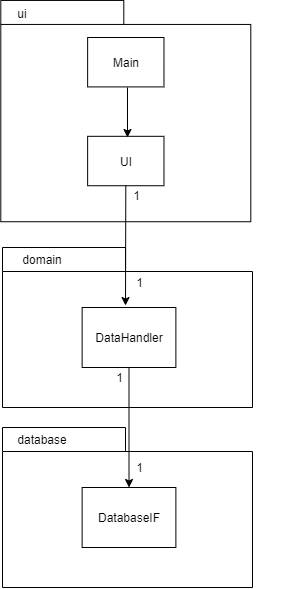
EgoTastic/LeagueCounterPicker keeps this draw.io diagram as Dokumentaatio/Kuvat/kuva3.png. Above is the earlier version. Source tidied: cells renumbered, new cells last; positions are measured from the earlier drawing's top-left corner, leaving out a move shared by most shapes. Source of this version:
```xml
<mxGraphModel background="#ffffff">
  <root>
    <mxCell id="0" />
    <mxCell id="1" parent="0" />
    <mxCell id="2" style="group;" parent="1" vertex="1">
      <mxGeometry x="32" y="37" width="250" height="210" as="geometry" />
    </mxCell>
    <mxCell id="3" style="shape=folder;fontStyle=1;spacingTop=10;tabWidth=123;tabHeight=24;tabPosition=left;html=1;rounded=0;shadow=0;comic=0;labelBackgroundColor=none;strokeWidth=1;fontFamily=Verdana;fontSize=10;align=center;" parent="2" vertex="1">
      <mxGeometry x="-31.7" y="-37.1" width="250" height="221.3" as="geometry" />
    </mxCell>
    <mxCell id="4" style="rounded=0;whiteSpace=wrap;html=1;" parent="2" vertex="1">
      <mxGeometry x="55.1" width="76.3" height="49.4" as="geometry" />
    </mxCell>
    <mxCell id="5" style="rounded=0;whiteSpace=wrap;html=1;" parent="2" vertex="1">
      <mxGeometry x="55.1" y="98.8" width="76.3" height="49.4" as="geometry" />
    </mxCell>
    <mxCell id="6" value="Main" style="text;html=1;strokeColor=none;fillColor=none;align=center;verticalAlign=middle;whiteSpace=wrap;rounded=0;" parent="2" vertex="1">
      <mxGeometry x="75.9" y="15" width="35.7" height="20" as="geometry" />
    </mxCell>
    <mxCell id="7" value="UI" style="text;html=1;strokeColor=none;fillColor=none;align=center;verticalAlign=middle;whiteSpace=wrap;rounded=0;" parent="2" vertex="1">
      <mxGeometry x="75.9" y="114" width="35.7" height="20" as="geometry" />
    </mxCell>
    <mxCell id="8" value="1" style="text;html=1;strokeColor=none;fillColor=none;align=center;verticalAlign=middle;whiteSpace=wrap;rounded=0;" parent="2" vertex="1">
      <mxGeometry x="96.6" y="148.2" width="15" height="20" as="geometry" />
    </mxCell>
    <mxCell id="9" style="group;" parent="1" vertex="1">
      <mxGeometry x="2" y="247" width="250" height="160" as="geometry" />
    </mxCell>
    <mxCell id="10" style="shape=folder;fontStyle=1;spacingTop=10;tabWidth=123;tabHeight=24;tabPosition=left;html=1;rounded=0;shadow=0;comic=0;labelBackgroundColor=none;strokeWidth=1;fontFamily=Verdana;fontSize=10;align=center;" parent="9" vertex="1">
      <mxGeometry width="250" height="160" as="geometry" />
    </mxCell>
    <mxCell id="11" value="domain" style="text;html=1;strokeColor=none;fillColor=none;align=center;verticalAlign=middle;whiteSpace=wrap;rounded=0;" parent="9" vertex="1">
      <mxGeometry x="21.9" width="35.7" height="24.6" as="geometry" />
    </mxCell>
    <mxCell id="12" value="DataHandler" style="rounded=0;whiteSpace=wrap;html=1;" parent="9" vertex="1">
      <mxGeometry x="79.6" y="60" width="93.8" height="60" as="geometry" />
    </mxCell>
    <mxCell id="13" value="1" style="text;html=1;strokeColor=none;fillColor=none;align=center;verticalAlign=middle;whiteSpace=wrap;rounded=0;" parent="9" vertex="1">
      <mxGeometry x="130" y="24.6" width="15" height="20" as="geometry" />
    </mxCell>
    <mxCell id="14" value="1" style="text;html=1;strokeColor=none;fillColor=none;align=center;verticalAlign=middle;whiteSpace=wrap;rounded=0;" parent="9" vertex="1">
      <mxGeometry x="110" y="120" width="15" height="20" as="geometry" />
    </mxCell>
    <mxCell id="15" value="ui" style="text;html=1;strokeColor=none;fillColor=none;align=center;verticalAlign=middle;whiteSpace=wrap;rounded=0;" parent="1" vertex="1">
      <mxGeometry x="2" y="-0.1" width="40" height="26.6" as="geometry" />
    </mxCell>
    <mxCell id="16" style="endArrow=classic;html=1;" parent="1" edge="1">
      <mxGeometry relative="1" as="geometry">
        <mxPoint x="127" y="87" as="sourcePoint" />
        <mxPoint x="127" y="137" as="targetPoint" />
      </mxGeometry>
    </mxCell>
    <mxCell id="17" style="endArrow=classic;html=1;exitX=0.5;exitY=1;exitDx=0;exitDy=0;" parent="1" edge="1" source="5">
      <mxGeometry relative="1" as="geometry">
        <mxPoint x="125" y="305" as="targetPoint" />
      </mxGeometry>
    </mxCell>
    <mxCell id="18" style="group;" parent="1" vertex="1">
      <mxGeometry x="2" y="427" width="250" height="160" as="geometry" />
    </mxCell>
    <mxCell id="19" style="shape=folder;fontStyle=1;spacingTop=10;tabWidth=123;tabHeight=24;tabPosition=left;html=1;rounded=0;shadow=0;comic=0;labelBackgroundColor=none;strokeWidth=1;fontFamily=Verdana;fontSize=10;align=center;" parent="18" vertex="1">
      <mxGeometry width="250" height="160" as="geometry" />
    </mxCell>
    <mxCell id="20" value="database" style="text;html=1;strokeColor=none;fillColor=none;align=center;verticalAlign=middle;whiteSpace=wrap;rounded=0;" parent="18" vertex="1">
      <mxGeometry x="21.9" width="35.7" height="24.6" as="geometry" />
    </mxCell>
    <mxCell id="21" value="DatabaseIF" style="rounded=0;whiteSpace=wrap;html=1;" parent="18" vertex="1">
      <mxGeometry x="79.6" y="60" width="93.8" height="60" as="geometry" />
    </mxCell>
    <mxCell id="22" value="1" style="text;html=1;strokeColor=none;fillColor=none;align=center;verticalAlign=middle;whiteSpace=wrap;rounded=0;" parent="18" vertex="1">
      <mxGeometry x="130" y="30" width="15" height="20" as="geometry" />
    </mxCell>
    <mxCell id="23" style="endArrow=classic;html=1;exitX=0.5;exitY=1;exitDx=0;exitDy=0;entryX=0.5;entryY=0;entryDx=0;entryDy=0;" parent="1" edge="1" source="12" target="21">
      <mxGeometry relative="1" as="geometry" />
    </mxCell>
  </root>
</mxGraphModel>
```
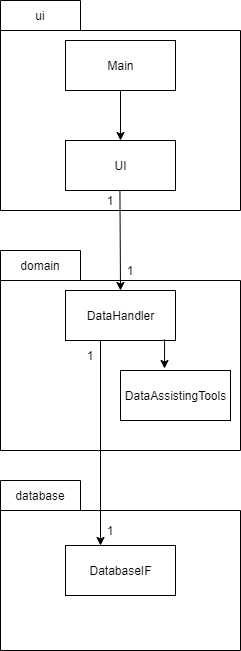
After the change.

The edit, as a diff of the source:
```diff
@@ -1,77 +1,70 @@
-<mxGraphModel background="#ffffff">
+<mxGraphModel>
   <root>
     <mxCell id="0" />
     <mxCell id="1" parent="0" />
-    <mxCell id="2" style="group;" parent="1" vertex="1">
-      <mxGeometry x="32" y="37" width="250" height="210" as="geometry" />
+    <mxCell id="2" style="shape=folder;fontStyle=1;spacingTop=10;tabWidth=80;tabHeight=30;tabPosition=left;html=1;" parent="1" vertex="1">
+      <mxGeometry x="-358" y="-113" width="240" height="210" as="geometry" />
     </mxCell>
-    <mxCell id="3" style="shape=folder;fontStyle=1;spacingTop=10;tabWidth=123;tabHeight=24;tabPosition=left;html=1;rounded=0;shadow=0;comic=0;labelBackgroundColor=none;strokeWidth=1;fontFamily=Verdana;fontSize=10;align=center;" parent="2" vertex="1">
-      <mxGeometry x="-31.7" y="-37.1" width="250" height="221.3" as="geometry" />
+    <mxCell id="3" style="shape=folder;fontStyle=1;spacingTop=10;tabWidth=80;tabHeight=30;tabPosition=left;html=1;" parent="1" vertex="1">
+      <mxGeometry x="-358" y="137" width="240" height="200" as="geometry" />
     </mxCell>
-    <mxCell id="4" style="rounded=0;whiteSpace=wrap;html=1;" parent="2" vertex="1">
-      <mxGeometry x="55.1" width="76.3" height="49.4" as="geometry" />
+    <mxCell id="4" style="shape=folder;fontStyle=1;spacingTop=10;tabWidth=80;tabHeight=30;tabPosition=left;html=1;" parent="1" vertex="1">
+      <mxGeometry x="-358" y="367" width="240" height="170" as="geometry" />
     </mxCell>
-    <mxCell id="5" style="rounded=0;whiteSpace=wrap;html=1;" parent="2" vertex="1">
-      <mxGeometry x="55.1" y="98.8" width="76.3" height="49.4" as="geometry" />
+    <mxCell id="5" value="ui" style="text;html=1;strokeColor=none;fillColor=none;align=center;verticalAlign=middle;whiteSpace=wrap;rounded=0;fontSize=12;" parent="1" vertex="1">
+      <mxGeometry x="-333" y="-103" width="30" height="10" as="geometry" />
     </mxCell>
-    <mxCell id="6" value="Main" style="text;html=1;strokeColor=none;fillColor=none;align=center;verticalAlign=middle;whiteSpace=wrap;rounded=0;" parent="2" vertex="1">
-      <mxGeometry x="75.9" y="15" width="35.7" height="20" as="geometry" />
+    <mxCell id="6" value="Main" style="html=1;" parent="1" vertex="1">
+      <mxGeometry x="-293" y="-73" width="110" height="50" as="geometry" />
     </mxCell>
-    <mxCell id="7" value="UI" style="text;html=1;strokeColor=none;fillColor=none;align=center;verticalAlign=middle;whiteSpace=wrap;rounded=0;" parent="2" vertex="1">
-      <mxGeometry x="75.9" y="114" width="35.7" height="20" as="geometry" />
+    <mxCell id="7" value="UI" style="html=1;" parent="1" vertex="1">
+      <mxGeometry x="-293" y="27" width="110" height="50" as="geometry" />
     </mxCell>
-    <mxCell id="8" value="1" style="text;html=1;strokeColor=none;fillColor=none;align=center;verticalAlign=middle;whiteSpace=wrap;rounded=0;" parent="2" vertex="1">
-      <mxGeometry x="96.6" y="148.2" width="15" height="20" as="geometry" />
+    <mxCell id="8" value="DataHandler" style="html=1;" parent="1" vertex="1">
+      <mxGeometry x="-293" y="177" width="110" height="50" as="geometry" />
     </mxCell>
-    <mxCell id="9" style="group;" parent="1" vertex="1">
-      <mxGeometry x="2" y="247" width="250" height="160" as="geometry" />
+    <mxCell id="9" value="DatabaseIF" style="html=1;" parent="1" vertex="1">
+      <mxGeometry x="-293" y="432" width="110" height="50" as="geometry" />
     </mxCell>
-    <mxCell id="10" style="shape=folder;fontStyle=1;spacingTop=10;tabWidth=123;tabHeight=24;tabPosition=left;html=1;rounded=0;shadow=0;comic=0;labelBackgroundColor=none;strokeWidth=1;fontFamily=Verdana;fontSize=10;align=center;" parent="9" vertex="1">
-      <mxGeometry width="250" height="160" as="geometry" />
+    <mxCell id="10" value="DataAssistingTools" style="html=1;" parent="1" vertex="1">
+      <mxGeometry x="-238" y="257" width="110" height="50" as="geometry" />
     </mxCell>
-    <mxCell id="11" value="domain" style="text;html=1;strokeColor=none;fillColor=none;align=center;verticalAlign=middle;whiteSpace=wrap;rounded=0;" parent="9" vertex="1">
-      <mxGeometry x="21.9" width="35.7" height="24.6" as="geometry" />
+    <mxCell id="11" style="endArrow=classic;html=1;exitX=0.5;exitY=1;exitDx=0;exitDy=0;entryX=0.5;entryY=0;entryDx=0;entryDy=0;" parent="1" edge="1" source="6" target="7">
+      <mxGeometry relative="1" as="geometry" />
     </mxCell>
-    <mxCell id="12" value="DataHandler" style="rounded=0;whiteSpace=wrap;html=1;" parent="9" vertex="1">
-      <mxGeometry x="79.6" y="60" width="93.8" height="60" as="geometry" />
+    <mxCell id="12" style="endArrow=classic;html=1;exitX=0.5;exitY=1;exitDx=0;exitDy=0;entryX=0.5;entryY=0;entryDx=0;entryDy=0;" parent="1" edge="1" target="8">
+      <mxGeometry relative="1" as="geometry">
+        <mxPoint x="-238.6" y="77" as="sourcePoint" />
+      </mxGeometry>
     </mxCell>
-    <mxCell id="13" value="1" style="text;html=1;strokeColor=none;fillColor=none;align=center;verticalAlign=middle;whiteSpace=wrap;rounded=0;" parent="9" vertex="1">
-      <mxGeometry x="130" y="24.6" width="15" height="20" as="geometry" />
+    <mxCell id="13" style="endArrow=classic;html=1;exitX=0.5;exitY=1;exitDx=0;exitDy=0;" parent="1" edge="1">
+      <mxGeometry relative="1" as="geometry">
+        <mxPoint x="-258" y="227" as="sourcePoint" />
+        <mxPoint x="-258" y="432" as="targetPoint" />
+      </mxGeometry>
     </mxCell>
-    <mxCell id="14" value="1" style="text;html=1;strokeColor=none;fillColor=none;align=center;verticalAlign=middle;whiteSpace=wrap;rounded=0;" parent="9" vertex="1">
-      <mxGeometry x="110" y="120" width="15" height="20" as="geometry" />
+    <mxCell id="14" style="endArrow=classic;html=1;exitX=0.901;exitY=0.98;exitDx=0;exitDy=0;exitPerimeter=0;" parent="1" edge="1" source="8">
+      <mxGeometry relative="1" as="geometry">
+        <mxPoint x="-194" y="255" as="targetPoint" />
+      </mxGeometry>
     </mxCell>
-    <mxCell id="15" value="ui" style="text;html=1;strokeColor=none;fillColor=none;align=center;verticalAlign=middle;whiteSpace=wrap;rounded=0;" parent="1" vertex="1">
-      <mxGeometry x="2" y="-0.1" width="40" height="26.6" as="geometry" />
+    <mxCell id="15" value="domain" style="text;html=1;strokeColor=none;fillColor=none;align=center;verticalAlign=middle;whiteSpace=wrap;rounded=0;fontSize=12;" parent="1" vertex="1">
+      <mxGeometry x="-338" y="147" width="40" height="10" as="geometry" />
     </mxCell>
-    <mxCell id="16" style="endArrow=classic;html=1;" parent="1" edge="1">
-      <mxGeometry relative="1" as="geometry">
-        <mxPoint x="127" y="87" as="sourcePoint" />
-        <mxPoint x="127" y="137" as="targetPoint" />
-      </mxGeometry>
+    <mxCell id="16" value="database" style="text;html=1;strokeColor=none;fillColor=none;align=center;verticalAlign=middle;whiteSpace=wrap;rounded=0;fontSize=12;" parent="1" vertex="1">
+      <mxGeometry x="-338" y="377" width="40" height="10" as="geometry" />
     </mxCell>
-    <mxCell id="17" style="endArrow=classic;html=1;exitX=0.5;exitY=1;exitDx=0;exitDy=0;" parent="1" edge="1" source="5">
-      <mxGeometry relative="1" as="geometry">
-        <mxPoint x="125" y="305" as="targetPoint" />
-      </mxGeometry>
+    <mxCell id="17" value="1" style="text;html=1;strokeColor=none;fillColor=none;align=center;verticalAlign=middle;whiteSpace=wrap;rounded=0;fontSize=12;" parent="1" vertex="1">
+      <mxGeometry x="-258" y="407" width="20" height="20" as="geometry" />
     </mxCell>
-    <mxCell id="18" style="group;" parent="1" vertex="1">
-      <mxGeometry x="2" y="427" width="250" height="160" as="geometry" />
+    <mxCell id="18" value="1" style="text;html=1;strokeColor=none;fillColor=none;align=center;verticalAlign=middle;whiteSpace=wrap;rounded=0;fontSize=12;" parent="1" vertex="1">
+      <mxGeometry x="-278" y="232" width="20" height="20" as="geometry" />
     </mxCell>
-    <mxCell id="19" style="shape=folder;fontStyle=1;spacingTop=10;tabWidth=123;tabHeight=24;tabPosition=left;html=1;rounded=0;shadow=0;comic=0;labelBackgroundColor=none;strokeWidth=1;fontFamily=Verdana;fontSize=10;align=center;" parent="18" vertex="1">
-      <mxGeometry width="250" height="160" as="geometry" />
+    <mxCell id="19" value="1" style="text;html=1;strokeColor=none;fillColor=none;align=center;verticalAlign=middle;whiteSpace=wrap;rounded=0;fontSize=12;" parent="1" vertex="1">
+      <mxGeometry x="-238" y="147" width="20" height="20" as="geometry" />
     </mxCell>
-    <mxCell id="20" value="database" style="text;html=1;strokeColor=none;fillColor=none;align=center;verticalAlign=middle;whiteSpace=wrap;rounded=0;" parent="18" vertex="1">
-      <mxGeometry x="21.9" width="35.7" height="24.6" as="geometry" />
+    <mxCell id="20" value="1" style="text;html=1;strokeColor=none;fillColor=none;align=center;verticalAlign=middle;whiteSpace=wrap;rounded=0;fontSize=12;" parent="1" vertex="1">
+      <mxGeometry x="-258" y="77" width="20" height="20" as="geometry" />
     </mxCell>
-    <mxCell id="21" value="DatabaseIF" style="rounded=0;whiteSpace=wrap;html=1;" parent="18" vertex="1">
-      <mxGeometry x="79.6" y="60" width="93.8" height="60" as="geometry" />
-    </mxCell>
-    <mxCell id="22" value="1" style="text;html=1;strokeColor=none;fillColor=none;align=center;verticalAlign=middle;whiteSpace=wrap;rounded=0;" parent="18" vertex="1">
-      <mxGeometry x="130" y="30" width="15" height="20" as="geometry" />
-    </mxCell>
-    <mxCell id="23" style="endArrow=classic;html=1;exitX=0.5;exitY=1;exitDx=0;exitDy=0;entryX=0.5;entryY=0;entryDx=0;entryDy=0;" parent="1" edge="1" source="12" target="21">
-      <mxGeometry relative="1" as="geometry" />
-    </mxCell>
   </root>
 </mxGraphModel>
```
